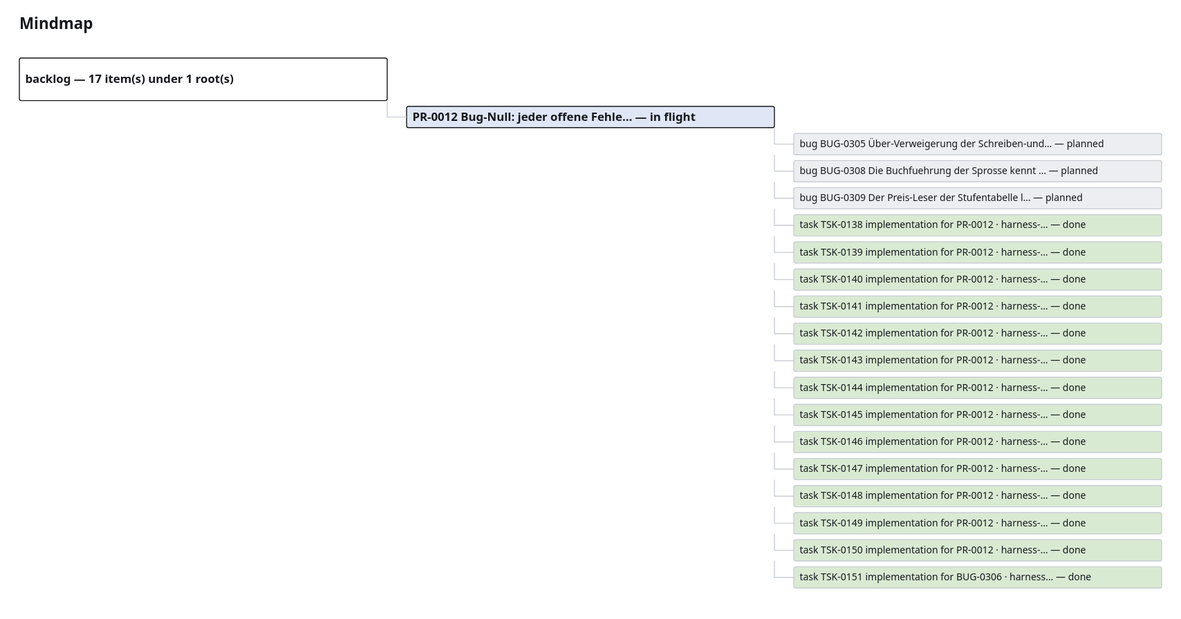
GiaZenX/harness keeps this draw.io diagram as project_memory/generated/mindmap.drawio.svg. Above is the earlier version. Source tidied: cells renumbered, new cells last; positions are measured from the earlier drawing's top-left corner, leaving out a move shared by most shapes.
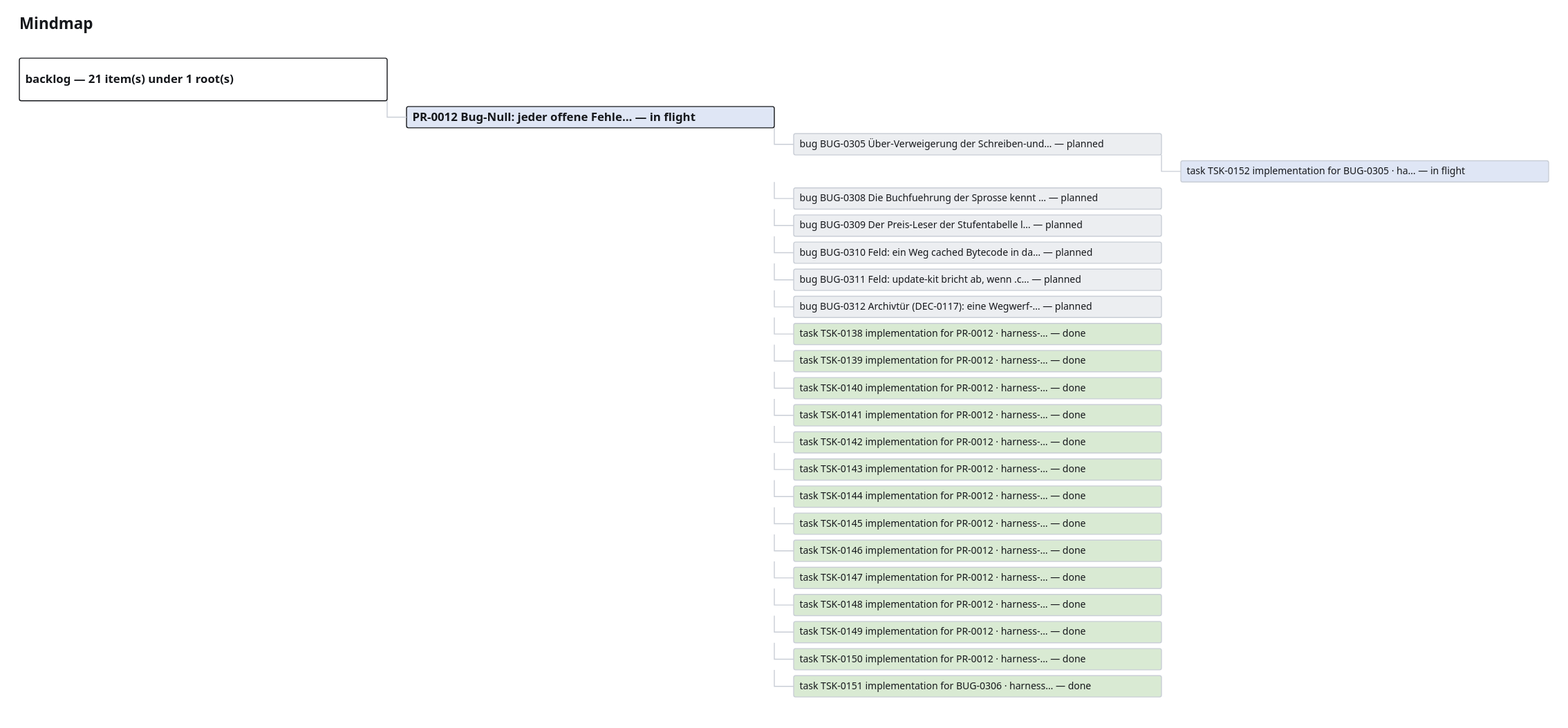
Above is the later version.

Diff of the diagram source:
```diff
@@ -5,7 +5,7 @@
     <mxCell id="2" value="Mindmap" style="text;html=1;fontSize=16;fontStyle=1;" parent="1" vertex="1">
       <mxGeometry width="300" height="20" as="geometry" />
     </mxCell>
-    <mxCell id="3" value="backlog — 17 item(s) under 1 root(s)" style="rounded=1;whiteSpace=wrap;html=1;fillColor=#ffffff;strokeColor=#16181c;fontSize=12;fontStyle=1;" parent="1" vertex="1">
+    <mxCell id="3" value="backlog — 21 item(s) under 1 root(s)" style="rounded=1;whiteSpace=wrap;html=1;fillColor=#ffffff;strokeColor=#16181c;fontSize=12;fontStyle=1;" parent="1" vertex="1">
       <mxGeometry y="44" width="380" height="44" as="geometry" />
     </mxCell>
     <mxCell id="4" value="PR-0012 Bug-Null: jeder offene Fehle… — in flight" style="rounded=1;whiteSpace=wrap;html=1;fillColor=#dfe6f5;strokeColor=#16181c;fontSize=12;fontStyle=1;" parent="1" vertex="1">
@@ -20,101 +20,125 @@
     <mxCell id="7" style="edgeStyle=orthogonalEdgeStyle;endArrow=none;strokeColor=#c9ced6;" parent="1" edge="1" source="4" target="6">
       <mxGeometry relative="1" as="geometry" />
     </mxCell>
-    <mxCell id="8" value="bug BUG-0308 Die Buchfuehrung der Sprosse kennt … — planned" style="rounded=1;whiteSpace=wrap;html=1;fillColor=#eceef1;strokeColor=#c9ced6;fontSize=10;" parent="1" vertex="1">
-      <mxGeometry x="800" y="150" width="380" height="22" as="geometry" />
+    <mxCell id="8" value="task TSK-0152 implementation for BUG-0305 · ha… — in flight" style="rounded=1;whiteSpace=wrap;html=1;fillColor=#dfe6f5;strokeColor=#c9ced6;fontSize=10;" parent="1" vertex="1">
+      <mxGeometry x="1200" y="150" width="380" height="22" as="geometry" />
     </mxCell>
-    <mxCell id="9" style="edgeStyle=orthogonalEdgeStyle;endArrow=none;strokeColor=#c9ced6;" parent="1" edge="1" source="4" target="8">
+    <mxCell id="9" style="edgeStyle=orthogonalEdgeStyle;endArrow=none;strokeColor=#c9ced6;" parent="1" edge="1" source="6" target="8">
       <mxGeometry relative="1" as="geometry" />
     </mxCell>
-    <mxCell id="10" value="bug BUG-0309 Der Preis-Leser der Stufentabelle l… — planned" style="rounded=1;whiteSpace=wrap;html=1;fillColor=#eceef1;strokeColor=#c9ced6;fontSize=10;" parent="1" vertex="1">
+    <mxCell id="10" value="bug BUG-0308 Die Buchfuehrung der Sprosse kennt … — planned" style="rounded=1;whiteSpace=wrap;html=1;fillColor=#eceef1;strokeColor=#c9ced6;fontSize=10;" parent="1" vertex="1">
       <mxGeometry x="800" y="178" width="380" height="22" as="geometry" />
     </mxCell>
     <mxCell id="11" style="edgeStyle=orthogonalEdgeStyle;endArrow=none;strokeColor=#c9ced6;" parent="1" edge="1" source="4" target="10">
       <mxGeometry relative="1" as="geometry" />
     </mxCell>
-    <mxCell id="12" value="task TSK-0138 implementation for PR-0012 · harness-… — done" style="rounded=1;whiteSpace=wrap;html=1;fillColor=#d9ead3;strokeColor=#c9ced6;fontSize=10;" parent="1" vertex="1">
+    <mxCell id="12" value="bug BUG-0309 Der Preis-Leser der Stufentabelle l… — planned" style="rounded=1;whiteSpace=wrap;html=1;fillColor=#eceef1;strokeColor=#c9ced6;fontSize=10;" parent="1" vertex="1">
       <mxGeometry x="800" y="206" width="380" height="22" as="geometry" />
     </mxCell>
     <mxCell id="13" style="edgeStyle=orthogonalEdgeStyle;endArrow=none;strokeColor=#c9ced6;" parent="1" edge="1" source="4" target="12">
       <mxGeometry relative="1" as="geometry" />
     </mxCell>
-    <mxCell id="14" value="task TSK-0139 implementation for PR-0012 · harness-… — done" style="rounded=1;whiteSpace=wrap;html=1;fillColor=#d9ead3;strokeColor=#c9ced6;fontSize=10;" parent="1" vertex="1">
+    <mxCell id="14" value="bug BUG-0310 Feld: ein Weg cached Bytecode in da… — planned" style="rounded=1;whiteSpace=wrap;html=1;fillColor=#eceef1;strokeColor=#c9ced6;fontSize=10;" parent="1" vertex="1">
       <mxGeometry x="800" y="234" width="380" height="22" as="geometry" />
     </mxCell>
     <mxCell id="15" style="edgeStyle=orthogonalEdgeStyle;endArrow=none;strokeColor=#c9ced6;" parent="1" edge="1" source="4" target="14">
       <mxGeometry relative="1" as="geometry" />
     </mxCell>
-    <mxCell id="16" value="task TSK-0140 implementation for PR-0012 · harness-… — done" style="rounded=1;whiteSpace=wrap;html=1;fillColor=#d9ead3;strokeColor=#c9ced6;fontSize=10;" parent="1" vertex="1">
+    <mxCell id="16" value="bug BUG-0311 Feld: update-kit bricht ab, wenn .c… — planned" style="rounded=1;whiteSpace=wrap;html=1;fillColor=#eceef1;strokeColor=#c9ced6;fontSize=10;" parent="1" vertex="1">
       <mxGeometry x="800" y="262" width="380" height="22" as="geometry" />
     </mxCell>
     <mxCell id="17" style="edgeStyle=orthogonalEdgeStyle;endArrow=none;strokeColor=#c9ced6;" parent="1" edge="1" source="4" target="16">
       <mxGeometry relative="1" as="geometry" />
     </mxCell>
-    <mxCell id="18" value="task TSK-0141 implementation for PR-0012 · harness-… — done" style="rounded=1;whiteSpace=wrap;html=1;fillColor=#d9ead3;strokeColor=#c9ced6;fontSize=10;" parent="1" vertex="1">
+    <mxCell id="18" value="bug BUG-0312 Archivtür (DEC-0117): eine Wegwerf-… — planned" style="rounded=1;whiteSpace=wrap;html=1;fillColor=#eceef1;strokeColor=#c9ced6;fontSize=10;" parent="1" vertex="1">
       <mxGeometry x="800" y="290" width="380" height="22" as="geometry" />
     </mxCell>
     <mxCell id="19" style="edgeStyle=orthogonalEdgeStyle;endArrow=none;strokeColor=#c9ced6;" parent="1" edge="1" source="4" target="18">
       <mxGeometry relative="1" as="geometry" />
     </mxCell>
-    <mxCell id="20" value="task TSK-0142 implementation for PR-0012 · harness-… — done" style="rounded=1;whiteSpace=wrap;html=1;fillColor=#d9ead3;strokeColor=#c9ced6;fontSize=10;" parent="1" vertex="1">
+    <mxCell id="20" value="task TSK-0138 implementation for PR-0012 · harness-… — done" style="rounded=1;whiteSpace=wrap;html=1;fillColor=#d9ead3;strokeColor=#c9ced6;fontSize=10;" parent="1" vertex="1">
       <mxGeometry x="800" y="318" width="380" height="22" as="geometry" />
     </mxCell>
     <mxCell id="21" style="edgeStyle=orthogonalEdgeStyle;endArrow=none;strokeColor=#c9ced6;" parent="1" edge="1" source="4" target="20">
       <mxGeometry relative="1" as="geometry" />
     </mxCell>
-    <mxCell id="22" value="task TSK-0143 implementation for PR-0012 · harness-… — done" style="rounded=1;whiteSpace=wrap;html=1;fillColor=#d9ead3;strokeColor=#c9ced6;fontSize=10;" parent="1" vertex="1">
+    <mxCell id="22" value="task TSK-0139 implementation for PR-0012 · harness-… — done" style="rounded=1;whiteSpace=wrap;html=1;fillColor=#d9ead3;strokeColor=#c9ced6;fontSize=10;" parent="1" vertex="1">
       <mxGeometry x="800" y="346" width="380" height="22" as="geometry" />
     </mxCell>
     <mxCell id="23" style="edgeStyle=orthogonalEdgeStyle;endArrow=none;strokeColor=#c9ced6;" parent="1" edge="1" source="4" target="22">
       <mxGeometry relative="1" as="geometry" />
     </mxCell>
-    <mxCell id="24" value="task TSK-0144 implementation for PR-0012 · harness-… — done" style="rounded=1;whiteSpace=wrap;html=1;fillColor=#d9ead3;strokeColor=#c9ced6;fontSize=10;" parent="1" vertex="1">
+    <mxCell id="24" value="task TSK-0140 implementation for PR-0012 · harness-… — done" style="rounded=1;whiteSpace=wrap;html=1;fillColor=#d9ead3;strokeColor=#c9ced6;fontSize=10;" parent="1" vertex="1">
       <mxGeometry x="800" y="374" width="380" height="22" as="geometry" />
     </mxCell>
     <mxCell id="25" style="edgeStyle=orthogonalEdgeStyle;endArrow=none;strokeColor=#c9ced6;" parent="1" edge="1" source="4" target="24">
       <mxGeometry relative="1" as="geometry" />
     </mxCell>
-    <mxCell id="26" value="task TSK-0145 implementation for PR-0012 · harness-… — done" style="rounded=1;whiteSpace=wrap;html=1;fillColor=#d9ead3;strokeColor=#c9ced6;fontSize=10;" parent="1" vertex="1">
+    <mxCell id="26" value="task TSK-0141 implementation for PR-0012 · harness-… — done" style="rounded=1;whiteSpace=wrap;html=1;fillColor=#d9ead3;strokeColor=#c9ced6;fontSize=10;" parent="1" vertex="1">
       <mxGeometry x="800" y="402" width="380" height="22" as="geometry" />
     </mxCell>
     <mxCell id="27" style="edgeStyle=orthogonalEdgeStyle;endArrow=none;strokeColor=#c9ced6;" parent="1" edge="1" source="4" target="26">
       <mxGeometry relative="1" as="geometry" />
     </mxCell>
-    <mxCell id="28" value="task TSK-0146 implementation for PR-0012 · harness-… — done" style="rounded=1;whiteSpace=wrap;html=1;fillColor=#d9ead3;strokeColor=#c9ced6;fontSize=10;" parent="1" vertex="1">
+    <mxCell id="28" value="task TSK-0142 implementation for PR-0012 · harness-… — done" style="rounded=1;whiteSpace=wrap;html=1;fillColor=#d9ead3;strokeColor=#c9ced6;fontSize=10;" parent="1" vertex="1">
       <mxGeometry x="800" y="430" width="380" height="22" as="geometry" />
     </mxCell>
     <mxCell id="29" style="edgeStyle=orthogonalEdgeStyle;endArrow=none;strokeColor=#c9ced6;" parent="1" edge="1" source="4" target="28">
       <mxGeometry relative="1" as="geometry" />
     </mxCell>
-    <mxCell id="30" value="task TSK-0147 implementation for PR-0012 · harness-… — done" style="rounded=1;whiteSpace=wrap;html=1;fillColor=#d9ead3;strokeColor=#c9ced6;fontSize=10;" parent="1" vertex="1">
+    <mxCell id="30" value="task TSK-0143 implementation for PR-0012 · harness-… — done" style="rounded=1;whiteSpace=wrap;html=1;fillColor=#d9ead3;strokeColor=#c9ced6;fontSize=10;" parent="1" vertex="1">
       <mxGeometry x="800" y="458" width="380" height="22" as="geometry" />
     </mxCell>
     <mxCell id="31" style="edgeStyle=orthogonalEdgeStyle;endArrow=none;strokeColor=#c9ced6;" parent="1" edge="1" source="4" target="30">
       <mxGeometry relative="1" as="geometry" />
     </mxCell>
-    <mxCell id="32" value="task TSK-0148 implementation for PR-0012 · harness-… — done" style="rounded=1;whiteSpace=wrap;html=1;fillColor=#d9ead3;strokeColor=#c9ced6;fontSize=10;" parent="1" vertex="1">
+    <mxCell id="32" value="task TSK-0144 implementation for PR-0012 · harness-… — done" style="rounded=1;whiteSpace=wrap;html=1;fillColor=#d9ead3;strokeColor=#c9ced6;fontSize=10;" parent="1" vertex="1">
       <mxGeometry x="800" y="486" width="380" height="22" as="geometry" />
     </mxCell>
     <mxCell id="33" style="edgeStyle=orthogonalEdgeStyle;endArrow=none;strokeColor=#c9ced6;" parent="1" edge="1" source="4" target="32">
       <mxGeometry relative="1" as="geometry" />
     </mxCell>
-    <mxCell id="34" value="task TSK-0149 implementation for PR-0012 · harness-… — done" style="rounded=1;whiteSpace=wrap;html=1;fillColor=#d9ead3;strokeColor=#c9ced6;fontSize=10;" parent="1" vertex="1">
+    <mxCell id="34" value="task TSK-0145 implementation for PR-0012 · harness-… — done" style="rounded=1;whiteSpace=wrap;html=1;fillColor=#d9ead3;strokeColor=#c9ced6;fontSize=10;" parent="1" vertex="1">
       <mxGeometry x="800" y="514" width="380" height="22" as="geometry" />
     </mxCell>
     <mxCell id="35" style="edgeStyle=orthogonalEdgeStyle;endArrow=none;strokeColor=#c9ced6;" parent="1" edge="1" source="4" target="34">
       <mxGeometry relative="1" as="geometry" />
     </mxCell>
-    <mxCell id="36" value="task TSK-0150 implementation for PR-0012 · harness-… — done" style="rounded=1;whiteSpace=wrap;html=1;fillColor=#d9ead3;strokeColor=#c9ced6;fontSize=10;" parent="1" vertex="1">
+    <mxCell id="36" value="task TSK-0146 implementation for PR-0012 · harness-… — done" style="rounded=1;whiteSpace=wrap;html=1;fillColor=#d9ead3;strokeColor=#c9ced6;fontSize=10;" parent="1" vertex="1">
       <mxGeometry x="800" y="542" width="380" height="22" as="geometry" />
     </mxCell>
     <mxCell id="37" style="edgeStyle=orthogonalEdgeStyle;endArrow=none;strokeColor=#c9ced6;" parent="1" edge="1" source="4" target="36">
       <mxGeometry relative="1" as="geometry" />
     </mxCell>
-    <mxCell id="38" value="task TSK-0151 implementation for BUG-0306 · harness… — done" style="rounded=1;whiteSpace=wrap;html=1;fillColor=#d9ead3;strokeColor=#c9ced6;fontSize=10;" parent="1" vertex="1">
+    <mxCell id="38" value="task TSK-0147 implementation for PR-0012 · harness-… — done" style="rounded=1;whiteSpace=wrap;html=1;fillColor=#d9ead3;strokeColor=#c9ced6;fontSize=10;" parent="1" vertex="1">
       <mxGeometry x="800" y="570" width="380" height="22" as="geometry" />
     </mxCell>
     <mxCell id="39" style="edgeStyle=orthogonalEdgeStyle;endArrow=none;strokeColor=#c9ced6;" parent="1" edge="1" source="4" target="38">
       <mxGeometry relative="1" as="geometry" />
     </mxCell>
+    <mxCell id="40" value="task TSK-0148 implementation for PR-0012 · harness-… — done" style="rounded=1;whiteSpace=wrap;html=1;fillColor=#d9ead3;strokeColor=#c9ced6;fontSize=10;" parent="1" vertex="1">
+      <mxGeometry x="800" y="598" width="380" height="22" as="geometry" />
+    </mxCell>
+    <mxCell id="41" style="edgeStyle=orthogonalEdgeStyle;endArrow=none;strokeColor=#c9ced6;" parent="1" edge="1" source="4" target="40">
+      <mxGeometry relative="1" as="geometry" />
+    </mxCell>
+    <mxCell id="42" value="task TSK-0149 implementation for PR-0012 · harness-… — done" style="rounded=1;whiteSpace=wrap;html=1;fillColor=#d9ead3;strokeColor=#c9ced6;fontSize=10;" parent="1" vertex="1">
+      <mxGeometry x="800" y="626" width="380" height="22" as="geometry" />
+    </mxCell>
+    <mxCell id="43" style="edgeStyle=orthogonalEdgeStyle;endArrow=none;strokeColor=#c9ced6;" parent="1" edge="1" source="4" target="42">
+      <mxGeometry relative="1" as="geometry" />
+    </mxCell>
+    <mxCell id="44" value="task TSK-0150 implementation for PR-0012 · harness-… — done" style="rounded=1;whiteSpace=wrap;html=1;fillColor=#d9ead3;strokeColor=#c9ced6;fontSize=10;" parent="1" vertex="1">
+      <mxGeometry x="800" y="654" width="380" height="22" as="geometry" />
+    </mxCell>
+    <mxCell id="45" style="edgeStyle=orthogonalEdgeStyle;endArrow=none;strokeColor=#c9ced6;" parent="1" edge="1" source="4" target="44">
+      <mxGeometry relative="1" as="geometry" />
+    </mxCell>
+    <mxCell id="46" value="task TSK-0151 implementation for BUG-0306 · harness… — done" style="rounded=1;whiteSpace=wrap;html=1;fillColor=#d9ead3;strokeColor=#c9ced6;fontSize=10;" parent="1" vertex="1">
+      <mxGeometry x="800" y="682" width="380" height="22" as="geometry" />
+    </mxCell>
+    <mxCell id="47" style="edgeStyle=orthogonalEdgeStyle;endArrow=none;strokeColor=#c9ced6;" parent="1" edge="1" source="4" target="46">
+      <mxGeometry relative="1" as="geometry" />
+    </mxCell>
   </root>
 </mxGraphModel>
```
